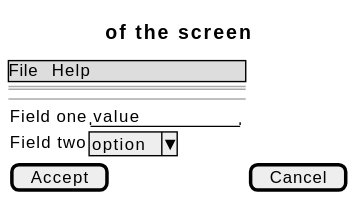
This is docs/01-requirements/use-cases/editTheme/wireframes.svg from didactika/kampus, a PlantUML export, as it was before one commit.
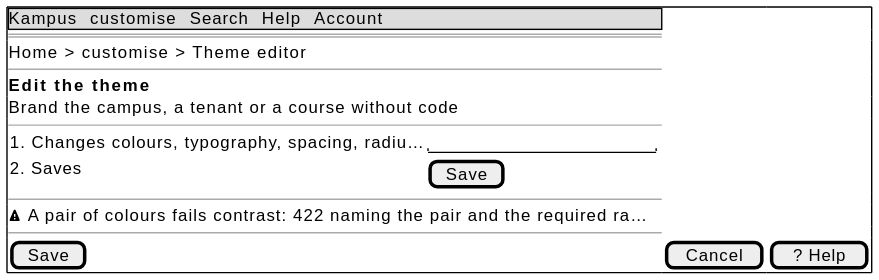
The same file after the commit.

What changed in the source:
```diff
@@ -1,13 +1,19 @@
 @startsalt
-{
-  {* File | Help }
+{+
+  {* Kampus | customise | Search | Help | Account }
   ==
-  Title of the screen
+  Home > customise > Theme editor
+  --
+  <b>Edit the theme
+  Brand the campus, a tenant or a course without code
   --
   {
-    Field one | "value        "
-    Field two | ^option^
+    1. Changes colours, typography, spacing, radiu… | "                    "
+    2. Saves | [ Save ]
   }
-  [ Accept ] | [ Cancel ]
+  --
+  <&warning> A pair of colours fails contrast: 422 naming the pair and the required ra…
+  --
+  [ Save ] | [ Cancel ] | [ ? Help ]
 }
 @endsalt
```
